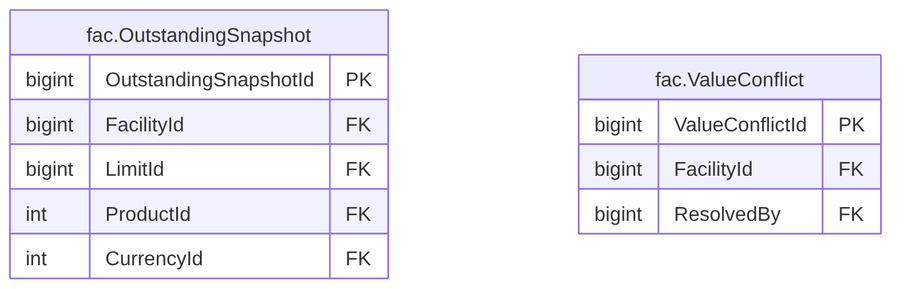
This is treasury-platform/docs/diagrams/erd/m5_facility_core_2.png from thawrasy/smartlines, a Mermaid export, as it was before one commit. Its source is kept beside it as treasury-platform/docs/diagrams/erd/m5_facility_core_2.mmd. The source it was exported from:
```mermaid
erDiagram
  fac_OutstandingSnapshot["fac.OutstandingSnapshot"] {
    bigint OutstandingSnapshotId PK
    bigint FacilityId FK
    bigint LimitId FK
    int ProductId FK
    int CurrencyId FK
  }
  fac_ValueConflict["fac.ValueConflict"] {
    bigint ValueConflictId PK
    bigint FacilityId FK
    bigint ResolvedBy FK
  }
```
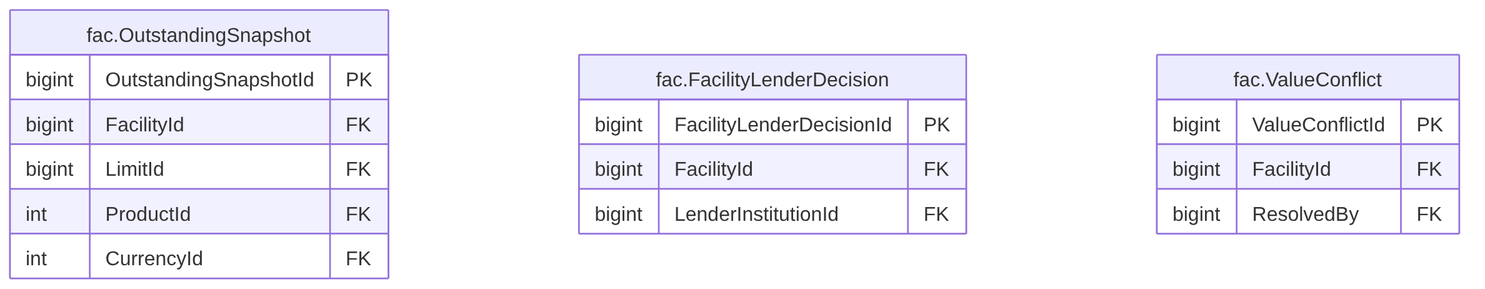
Above is the later version.

Diff of the diagram source:
```diff
@@ -6,6 +6,11 @@
     int ProductId FK
     int CurrencyId FK
   }
+  fac_FacilityLenderDecision["fac.FacilityLenderDecision"] {
+    bigint FacilityLenderDecisionId PK
+    bigint FacilityId FK
+    bigint LenderInstitutionId FK
+  }
   fac_ValueConflict["fac.ValueConflict"] {
     bigint ValueConflictId PK
     bigint FacilityId FK
```
